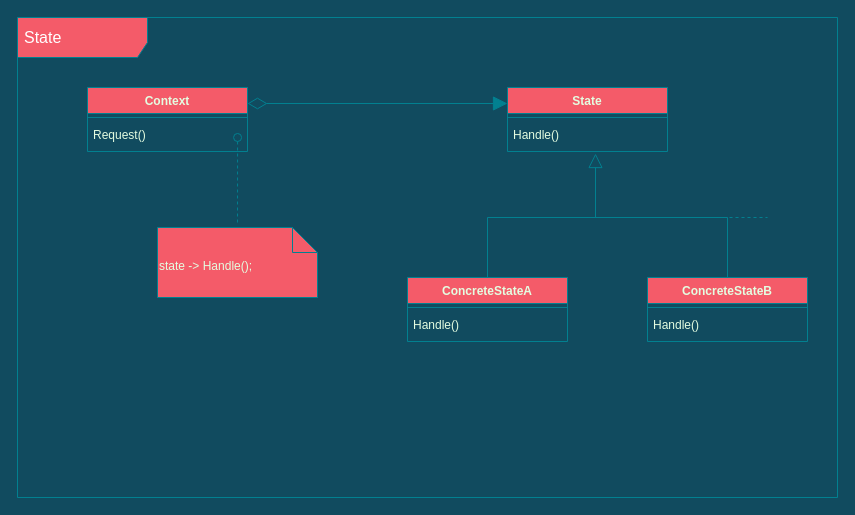
fanyixuanf/rhca keeps this draw.io diagram as rhca.drawio. Above is the earlier version. Source tidied: cells renumbered, new cells numbered last; positions are measured from the earlier drawing's top-left corner, leaving out a move shared by most shapes. Both pictures are drawn from the tidied source at 100%, with x=0, y=0 at pixel (17, 17).
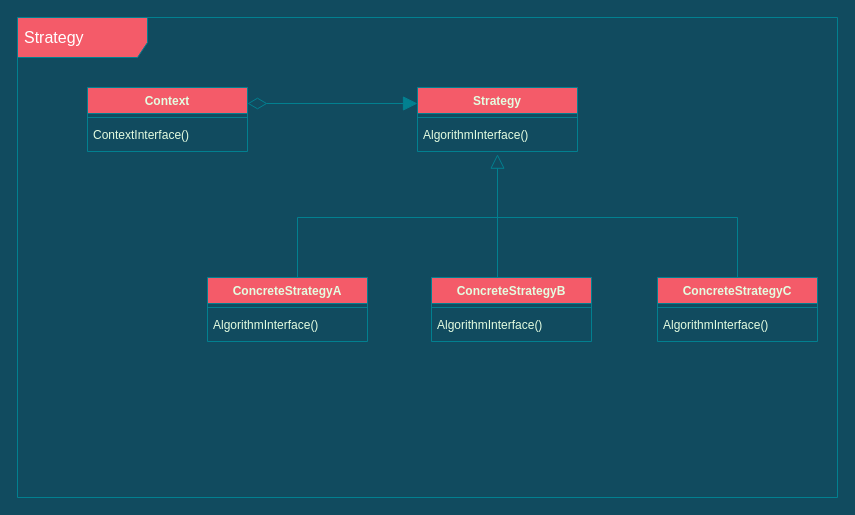
The same diagram, later.

The change refers to these unchanged cells:
```xml
<mxCell id="3" value="Context" style="swimlane;fontStyle=1;align=center;verticalAlign=top;horizontal=1;startSize=26;rounded=0;sketch=0;fontColor=#E4FDE1;strokeColor=#028090;fillColor=#F45B69;" parent="1" vertex="1">
  <mxGeometry x="70" y="70" width="160" height="64" as="geometry" />
</mxCell>
```

Change to the diagram source:
```diff
@@
-    <mxCell id="2" value="&lt;font color=&quot;#ffffff&quot;&gt;&lt;span style=&quot;font-size: 16px&quot;&gt;State&lt;br&gt;&lt;/span&gt;&lt;/font&gt;" style="shape=umlFrame;whiteSpace=wrap;html=1;width=130;height=40;boundedLbl=1;verticalAlign=middle;align=left;spacingLeft=5;fillColor=#F45B69;strokeColor=#028090;fontColor=#E4FDE1;" parent="1" vertex="1">
+    <mxCell id="2" value="&lt;font color=&quot;#ffffff&quot;&gt;&lt;span style=&quot;font-size: 16px&quot;&gt;Strategy&lt;br&gt;&lt;/span&gt;&lt;/font&gt;" style="shape=umlFrame;whiteSpace=wrap;html=1;width=130;height=40;boundedLbl=1;verticalAlign=middle;align=left;spacingLeft=5;fillColor=#F45B69;strokeColor=#028090;fontColor=#E4FDE1;" parent="1" vertex="1">
       <mxGeometry width="820" height="480" as="geometry" />
     </mxCell>
@@
-    <mxCell id="5" value="Request()" style="text;strokeColor=none;fillColor=none;align=left;verticalAlign=top;spacingLeft=4;spacingRight=4;overflow=hidden;points=[[0,0.5],[1,0.5]];portConstraint=eastwest;rounded=0;sketch=0;fontColor=#E4FDE1;" parent="3" vertex="1">
+    <mxCell id="5" value="ContextInterface()" style="text;strokeColor=none;fillColor=none;align=left;verticalAlign=top;spacingLeft=4;spacingRight=4;overflow=hidden;points=[[0,0.5],[1,0.5]];portConstraint=eastwest;rounded=0;sketch=0;fontColor=#E4FDE1;" parent="3" vertex="1">
       <mxGeometry y="34" width="160" height="30" as="geometry" />
     </mxCell>
-    <mxCell id="6" value="state -&amp;gt; Handle();" style="shape=note2;boundedLbl=1;whiteSpace=wrap;html=1;size=25;verticalAlign=top;align=left;rounded=0;sketch=0;fontColor=#E4FDE1;strokeColor=#028090;fillColor=#F45B69;" parent="1" vertex="1">
-      <mxGeometry x="140" y="210" width="160" height="70" as="geometry" />
-    </mxCell>
-    <mxCell id="7" style="endArrow=oval;startArrow=none;endFill=0;startFill=0;endSize=8;html=1;verticalAlign=bottom;dashed=1;labelBackgroundColor=none;rounded=1;sketch=0;fontColor=#E4FDE1;sourcePerimeterSpacing=5;targetPerimeterSpacing=10;strokeColor=#028090;strokeWidth=1;fillColor=#F45B69;jumpSize=10;entryX=0.938;entryY=0.533;entryDx=0;entryDy=0;entryPerimeter=0;" parent="1" edge="1" source="6" target="5">
-      <mxGeometry relative="1" as="geometry" />
-    </mxCell>
-    <mxCell id="8" value="State" style="swimlane;fontStyle=1;align=center;verticalAlign=top;horizontal=1;startSize=26;rounded=0;sketch=0;fontColor=#E4FDE1;strokeColor=#028090;fillColor=#F45B69;" parent="1" vertex="1">
-      <mxGeometry x="490" y="70" width="160" height="64" as="geometry" />
+    <mxCell id="8" value="Strategy" style="swimlane;fontStyle=1;align=center;verticalAlign=top;horizontal=1;startSize=26;rounded=0;sketch=0;fontColor=#E4FDE1;strokeColor=#028090;fillColor=#F45B69;" parent="1" vertex="1">
+      <mxGeometry x="400" y="70" width="160" height="64" as="geometry" />
     </mxCell>
@@
-    <mxCell id="10" value="Handle()" style="text;strokeColor=none;fillColor=none;align=left;verticalAlign=top;spacingLeft=4;spacingRight=4;overflow=hidden;points=[[0,0.5],[1,0.5]];portConstraint=eastwest;rounded=0;sketch=0;fontColor=#E4FDE1;" parent="8" vertex="1">
+    <mxCell id="10" value="AlgorithmInterface()" style="text;strokeColor=none;fillColor=none;align=left;verticalAlign=top;spacingLeft=4;spacingRight=4;overflow=hidden;points=[[0,0.5],[1,0.5]];portConstraint=eastwest;rounded=0;sketch=0;fontColor=#E4FDE1;" parent="8" vertex="1">
       <mxGeometry y="34" width="160" height="30" as="geometry" />
     </mxCell>
-    <mxCell id="11" value="ConcreteStateA" style="swimlane;fontStyle=1;align=center;verticalAlign=top;horizontal=1;startSize=26;rounded=0;sketch=0;fontColor=#E4FDE1;strokeColor=#028090;fillColor=#F45B69;" parent="1" vertex="1">
-      <mxGeometry x="390" y="260" width="160" height="64" as="geometry" />
+    <mxCell id="11" value="ConcreteStrategyA" style="swimlane;fontStyle=1;align=center;verticalAlign=top;horizontal=1;startSize=26;rounded=0;sketch=0;fontColor=#E4FDE1;strokeColor=#028090;fillColor=#F45B69;" parent="1" vertex="1">
+      <mxGeometry x="190" y="260" width="160" height="64" as="geometry" />
     </mxCell>
@@
-    <mxCell id="13" value="Handle()" style="text;strokeColor=none;fillColor=none;align=left;verticalAlign=top;spacingLeft=4;spacingRight=4;overflow=hidden;rounded=0;sketch=0;fontColor=#E4FDE1;" parent="11" vertex="1">
+    <mxCell id="13" value="AlgorithmInterface()" style="text;strokeColor=none;fillColor=none;align=left;verticalAlign=top;spacingLeft=4;spacingRight=4;overflow=hidden;rounded=0;sketch=0;fontColor=#E4FDE1;" parent="11" vertex="1">
       <mxGeometry y="34" width="160" height="30" as="geometry" />
     </mxCell>
-    <mxCell id="14" value="ConcreteStateB" style="swimlane;fontStyle=1;align=center;verticalAlign=top;horizontal=1;startSize=26;rounded=0;sketch=0;fontColor=#E4FDE1;strokeColor=#028090;fillColor=#F45B69;" parent="1" vertex="1">
-      <mxGeometry x="630" y="260" width="160" height="64" as="geometry" />
+    <mxCell id="14" value="ConcreteStrategyB" style="swimlane;fontStyle=1;align=center;verticalAlign=top;horizontal=1;startSize=26;rounded=0;sketch=0;fontColor=#E4FDE1;strokeColor=#028090;fillColor=#F45B69;" parent="1" vertex="1">
+      <mxGeometry x="414" y="260" width="160" height="64" as="geometry" />
     </mxCell>
@@
-    <mxCell id="16" value="Handle()" style="text;strokeColor=none;fillColor=none;align=left;verticalAlign=top;spacingLeft=4;spacingRight=4;overflow=hidden;rounded=0;sketch=0;fontColor=#E4FDE1;" parent="14" vertex="1">
+    <mxCell id="16" value="AlgorithmInterface()" style="text;strokeColor=none;fillColor=none;align=left;verticalAlign=top;spacingLeft=4;spacingRight=4;overflow=hidden;rounded=0;sketch=0;fontColor=#E4FDE1;" parent="14" vertex="1">
       <mxGeometry y="34" width="160" height="30" as="geometry" />
     </mxCell>
@@
-    <mxCell id="18" style="html=1;verticalAlign=bottom;labelBackgroundColor=none;endArrow=block;endFill=0;rounded=0;sketch=0;fontColor=#E4FDE1;startSize=17;endSize=12;strokeColor=#028090;fillColor=#F45B69;entryX=0.55;entryY=1.067;entryDx=0;entryDy=0;entryPerimeter=0;" parent="1" edge="1" target="10">
-      <mxGeometry relative="1" as="geometry">
-        <mxPoint x="470" y="260" as="sourcePoint" />
-        <Array as="points">
-          <mxPoint x="470" y="200" />
-          <mxPoint x="578" y="200" />
-        </Array>
-      </mxGeometry>
-    </mxCell>
-    <mxCell id="19" style="html=1;verticalAlign=bottom;labelBackgroundColor=none;endArrow=none;endFill=0;rounded=0;sketch=0;fontColor=#E4FDE1;startSize=17;endSize=12;strokeColor=#028090;fillColor=#F45B69;exitX=0.5;exitY=0;exitDx=0;exitDy=0;" parent="1" edge="1" source="14">
-      <mxGeometry relative="1" as="geometry">
-        <mxPoint x="570" y="200" as="targetPoint" />
-        <Array as="points">
-          <mxPoint x="710" y="200" />
-        </Array>
-      </mxGeometry>
-    </mxCell>
-    <mxCell id="20" style="html=1;verticalAlign=bottom;labelBackgroundColor=none;endArrow=none;endFill=0;dashed=1;rounded=1;sketch=0;fontColor=#E4FDE1;startSize=17;endSize=12;strokeColor=#028090;fillColor=#F45B69;curved=0;" parent="1" edge="1">
-      <mxGeometry relative="1" as="geometry">
-        <mxPoint x="700" y="200" as="sourcePoint" />
-        <mxPoint x="750" y="200" as="targetPoint" />
-      </mxGeometry>
-    </mxCell>
+    <mxCell id="21" value="ConcreteStrategyC" style="swimlane;fontStyle=1;align=center;verticalAlign=top;horizontal=1;startSize=26;rounded=0;sketch=0;fontColor=#E4FDE1;strokeColor=#028090;fillColor=#F45B69;" parent="1" vertex="1">
+      <mxGeometry x="640" y="260" width="160" height="64" as="geometry" />
+    </mxCell>
+    <mxCell id="22" style="line;strokeWidth=1;fillColor=none;align=left;verticalAlign=middle;spacingTop=-1;spacingLeft=3;spacingRight=3;labelPosition=right;rounded=0;sketch=0;fontColor=#E4FDE1;labelBackgroundColor=#114B5F;strokeColor=#028090;" parent="21" vertex="1">
+      <mxGeometry y="26" width="160" height="8" as="geometry" />
+    </mxCell>
+    <mxCell id="23" value="AlgorithmInterface()" style="text;strokeColor=none;fillColor=none;align=left;verticalAlign=top;spacingLeft=4;spacingRight=4;overflow=hidden;rounded=0;sketch=0;fontColor=#E4FDE1;" parent="21" vertex="1">
+      <mxGeometry y="34" width="160" height="30" as="geometry" />
+    </mxCell>
+    <mxCell id="24" style="html=1;verticalAlign=bottom;labelBackgroundColor=none;endArrow=block;endFill=0;rounded=0;sketch=0;fontColor=#E4FDE1;startSize=17;endSize=12;strokeColor=#028090;fillColor=#F45B69;entryX=0.5;entryY=1.089;entryDx=0;entryDy=0;entryPerimeter=0;" parent="1" edge="1" target="10">
+      <mxGeometry relative="1" as="geometry">
+        <mxPoint x="480" y="260" as="sourcePoint" />
+      </mxGeometry>
+    </mxCell>
+    <mxCell id="25" style="html=1;verticalAlign=bottom;labelBackgroundColor=none;endArrow=none;endFill=0;rounded=0;sketch=0;fontColor=#E4FDE1;startSize=17;endSize=12;strokeColor=#028090;fillColor=#F45B69;" parent="1" edge="1">
+      <mxGeometry relative="1" as="geometry">
+        <mxPoint x="280" y="260" as="sourcePoint" />
+        <mxPoint x="480" y="200" as="targetPoint" />
+        <Array as="points">
+          <mxPoint x="280" y="200" />
+        </Array>
+      </mxGeometry>
+    </mxCell>
+    <mxCell id="26" style="html=1;verticalAlign=bottom;labelBackgroundColor=none;endArrow=none;endFill=0;rounded=0;sketch=0;fontColor=#E4FDE1;startSize=17;endSize=12;strokeColor=#028090;fillColor=#F45B69;entryX=0.5;entryY=0;entryDx=0;entryDy=0;" parent="1" edge="1" target="21">
+      <mxGeometry relative="1" as="geometry">
+        <mxPoint x="480" y="200" as="sourcePoint" />
+        <Array as="points">
+          <mxPoint x="720" y="200" />
+        </Array>
+      </mxGeometry>
+    </mxCell>
```
